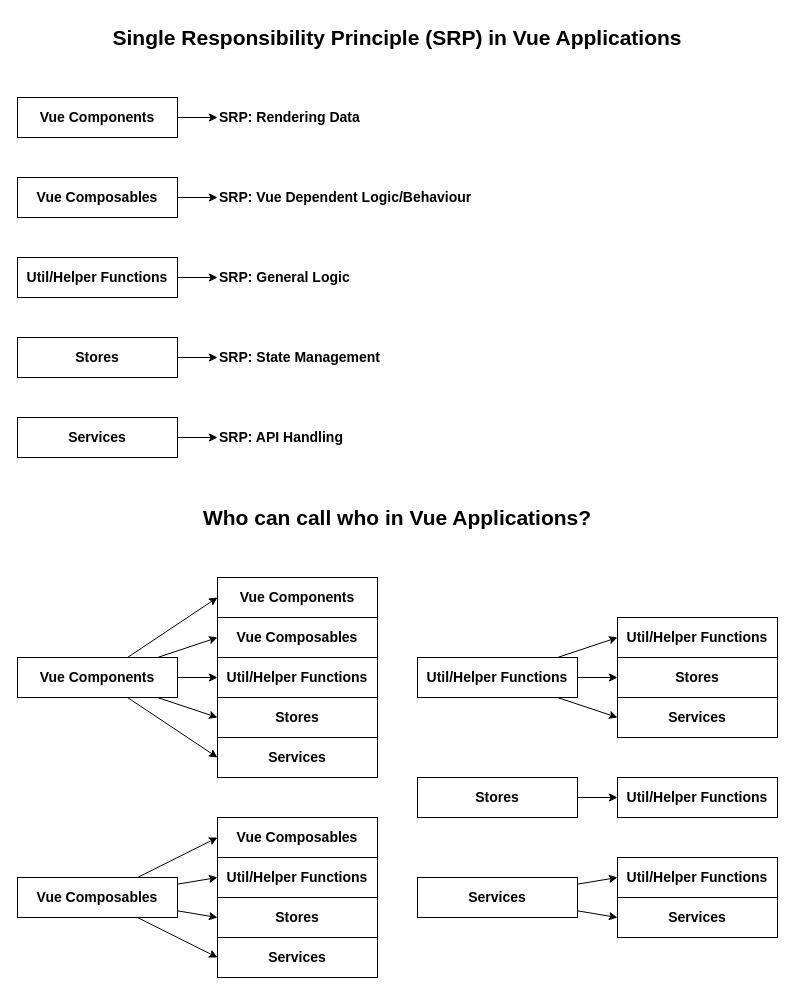
This is SingleResponsibilityPrincipleVue.drawio from kephalosk/drawio-diagrams, a draw.io file, before an edit. Source tidied: cells renumbered, new cells numbered last; positions are measured from the earlier drawing's top-left corner, leaving out a move shared by most shapes. Both pictures are drawn from the tidied source at 100%, with x=0, y=0 at pixel (17, 17).
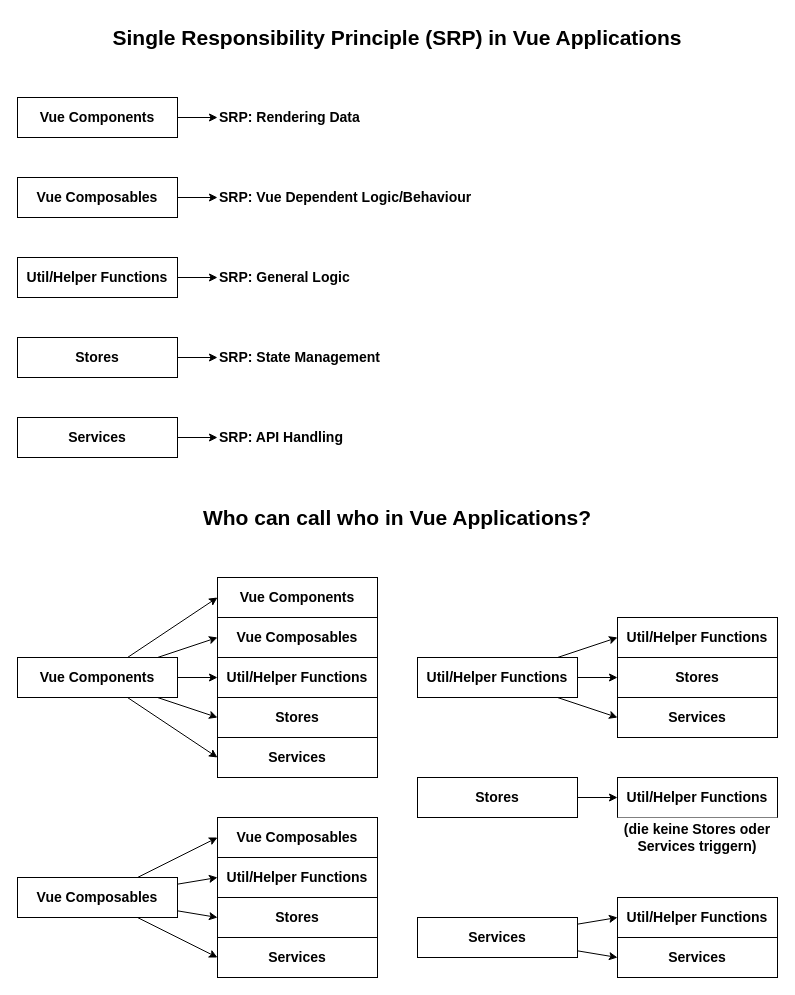
After the change.

Change to the diagram source:
```diff
@@
     <mxCell id="50" value="&lt;b&gt;&lt;font style=&quot;font-size: 14px;&quot;&gt;Services&lt;/font&gt;&lt;/b&gt;" style="rounded=0;whiteSpace=wrap;html=1;" parent="1" vertex="1">
-      <mxGeometry x="400" y="860" width="160" height="40" as="geometry" />
+      <mxGeometry x="400" y="900" width="160" height="40" as="geometry" />
     </mxCell>
     <mxCell id="51" value="&lt;b&gt;&lt;font style=&quot;font-size: 14px;&quot;&gt;Util/Helper Functions&lt;/font&gt;&lt;/b&gt;" style="rounded=0;whiteSpace=wrap;html=1;" parent="1" vertex="1">
-      <mxGeometry x="600" y="840" width="160" height="40" as="geometry" />
+      <mxGeometry x="600" y="880" width="160" height="40" as="geometry" />
     </mxCell>
     <mxCell id="52" value="&lt;b&gt;&lt;font style=&quot;font-size: 14px;&quot;&gt;Services&lt;/font&gt;&lt;/b&gt;" style="rounded=0;whiteSpace=wrap;html=1;" parent="1" vertex="1">
-      <mxGeometry x="600" y="880" width="160" height="40" as="geometry" />
+      <mxGeometry x="600" y="920" width="160" height="40" as="geometry" />
     </mxCell>
@@
+    <mxCell id="54" value="&lt;b&gt;&lt;font style=&quot;font-size: 14px;&quot;&gt;(die keine Stores oder Services triggern)&lt;/font&gt;&lt;/b&gt;" style="rounded=0;whiteSpace=wrap;html=1;strokeColor=none;fontColor=#000000;" parent="1" vertex="1">
+      <mxGeometry x="600" y="800" width="160" height="40" as="geometry" />
+    </mxCell>
```
